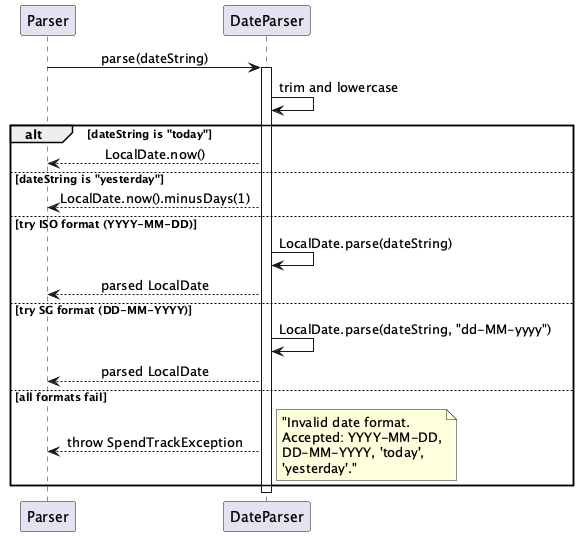
Above: docs/images/DateParserSequence.png in AbhijitBalajee/tp (PlantUML), before the change. Source of this version:
```plantuml
@startuml
!define BGCOLOR white
skinparam backgroundColor BGCOLOR
skinparam sequenceMessageAlign center

participant "Parser" as P
participant "DateParser" as DP

P -> DP : parse(dateString)
activate DP

DP -> DP : trim and lowercase

alt dateString is "today"
    DP --> P : LocalDate.now()
else dateString is "yesterday"
    DP --> P : LocalDate.now().minusDays(1)
else try ISO format (YYYY-MM-DD)
    DP -> DP : LocalDate.parse(dateString)
    DP --> P : parsed LocalDate
else try SG format (DD-MM-YYYY)
    DP -> DP : LocalDate.parse(dateString, "dd-MM-yyyy")
    DP --> P : parsed LocalDate
else all formats fail
    DP --> P : throw SpendTrackException
    note right : "Invalid date format.\nAccepted: YYYY-MM-DD,\nDD-MM-YYYY, 'today',\n'yesterday'."
end

deactivate DP
@enduml
```
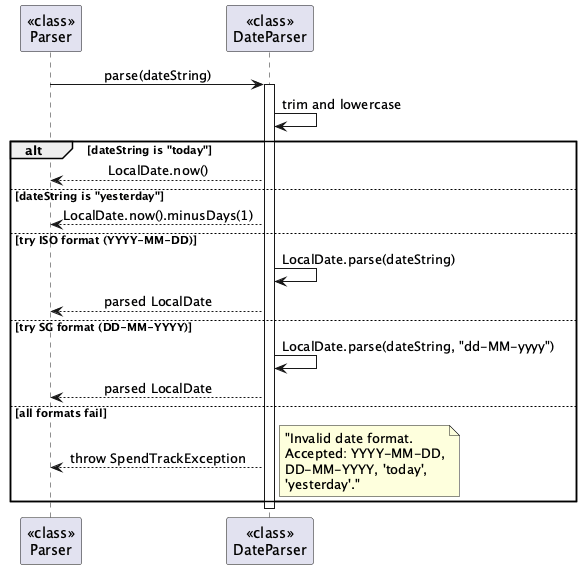
Above is the later version.

Commit message:
fix: add <<class>> notation to static classes in sequence diagrams

Change to the diagram source:
```diff
@@ -3,8 +3,8 @@
 skinparam backgroundColor BGCOLOR
 skinparam sequenceMessageAlign center
 
-participant "Parser" as P
-participant "DateParser" as DP
+participant "<<class>>\nParser" as P
+participant "<<class>>\nDateParser" as DP
 
 P -> DP : parse(dateString)
 activate DP
```
